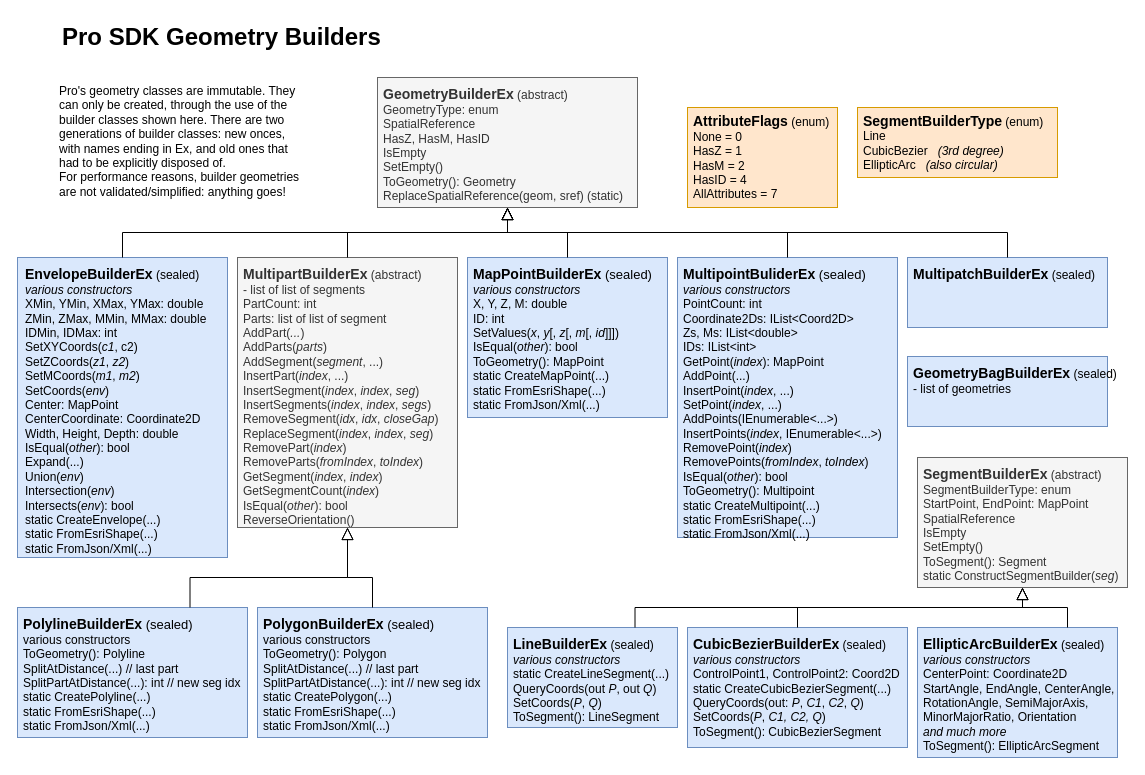
Above: page "Builder" (2 of 2) of doc/ProSDK/GeometryClasses.drawio in ProSuite/ProSuite (draw.io), before the change. Source tidied: cells renumbered, new cells numbered last; positions are measured from the earlier drawing's top-left corner, leaving out a move shared by most shapes. Both pictures are drawn from the tidied source at 100%, with x=0, y=0 at pixel (17, 17).
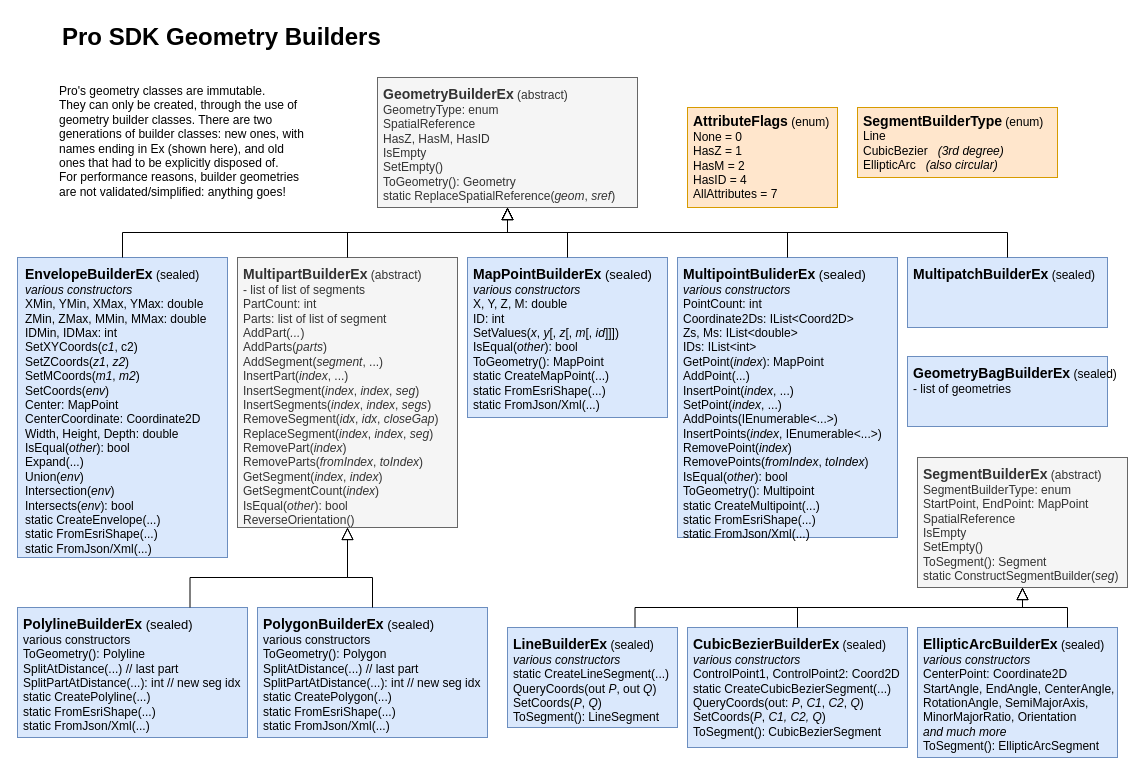
The same diagram, later.

Commit message (it also covers changes not shown here):
Update Pro SDK geometry classes diagram

Diff of the diagram source:
```diff
@@
-    <mxCell id="2" value="&lt;b&gt;&lt;font style=&quot;font-size: 14px&quot;&gt;GeometryBuilderEx&lt;/font&gt;&lt;/b&gt;&amp;nbsp;(abstract)&lt;br&gt;GeometryType: enum&lt;br&gt;SpatialReference&lt;br&gt;HasZ, HasM, HasID&lt;br&gt;IsEmpty&lt;br&gt;SetEmpty()&lt;br&gt;ToGeometry(): Geometry&lt;br&gt;ReplaceSpatialReference(geom, sref) (static)" style="text;html=1;strokeColor=#666666;fillColor=#f5f5f5;align=left;verticalAlign=top;whiteSpace=wrap;rounded=0;fontSize=12;spacingLeft=4;spacingTop=2;fontColor=#333333;" parent="1" vertex="1">
+    <mxCell id="2" value="&lt;b&gt;&lt;font style=&quot;font-size: 14px&quot;&gt;GeometryBuilderEx&lt;/font&gt;&lt;/b&gt;&amp;nbsp;(abstract)&lt;br&gt;GeometryType: enum&lt;br&gt;SpatialReference&lt;br&gt;HasZ, HasM, HasID&lt;br&gt;IsEmpty&lt;br&gt;SetEmpty()&lt;br&gt;ToGeometry(): Geometry&lt;br&gt;static ReplaceSpatialReference(&lt;i&gt;geom&lt;/i&gt;, &lt;i&gt;sref&lt;/i&gt;)" style="text;html=1;strokeColor=#666666;fillColor=#f5f5f5;align=left;verticalAlign=top;whiteSpace=wrap;rounded=0;fontSize=12;spacingLeft=4;spacingTop=2;fontColor=#333333;" parent="1" vertex="1">
       <mxGeometry x="360" y="60" width="260" height="130" as="geometry" />
     </mxCell>
@@
-    <mxCell id="13" value="Pro's geometry classes are immutable. They can only be created, through the use of the builder classes shown here. There are two generations of builder classes: new onces, with names ending in Ex, and old ones that had to be explicitly disposed of.&lt;br&gt;For performance reasons, builder geometries are not validated/simplified: anything goes!" style="text;html=1;strokeColor=none;fillColor=none;align=left;verticalAlign=top;whiteSpace=wrap;rounded=0;" parent="1" vertex="1">
+    <mxCell id="13" value="Pro's geometry classes are immutable. &lt;br&gt;They can only be created, through the use of geometry builder classes. There are two generations of builder classes: new ones, with names ending in Ex (shown here), and old ones that had to be explicitly disposed of.&lt;br&gt;For performance reasons, builder geometries are not validated/simplified: anything goes!" style="text;html=1;strokeColor=none;fillColor=none;align=left;verticalAlign=top;whiteSpace=wrap;rounded=0;" parent="1" vertex="1">
       <mxGeometry x="40" y="60" width="250" height="120" as="geometry" />
     </mxCell>
```
